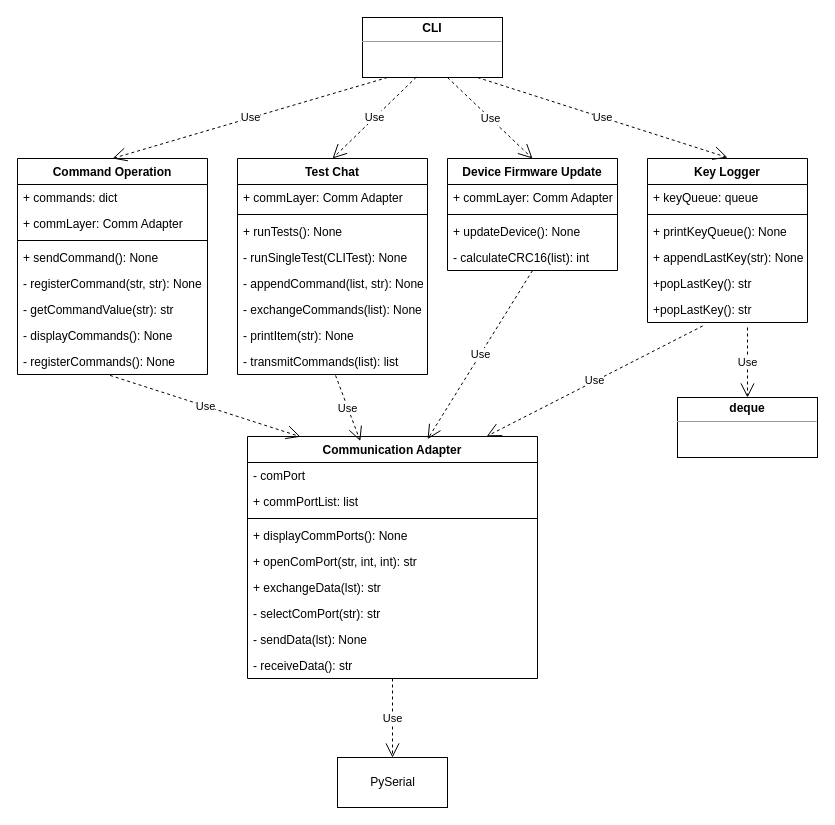
MMMRepos/cli-python keeps this draw.io diagram as images/CLITaskDesign.drawio. Above is the earlier version. Source tidied: cells renumbered, new cells numbered last; positions are measured from the earlier drawing's top-left corner, leaving out a move shared by most shapes. Both pictures are drawn from the tidied source at 100%, with x=0, y=0 at pixel (17, 17).
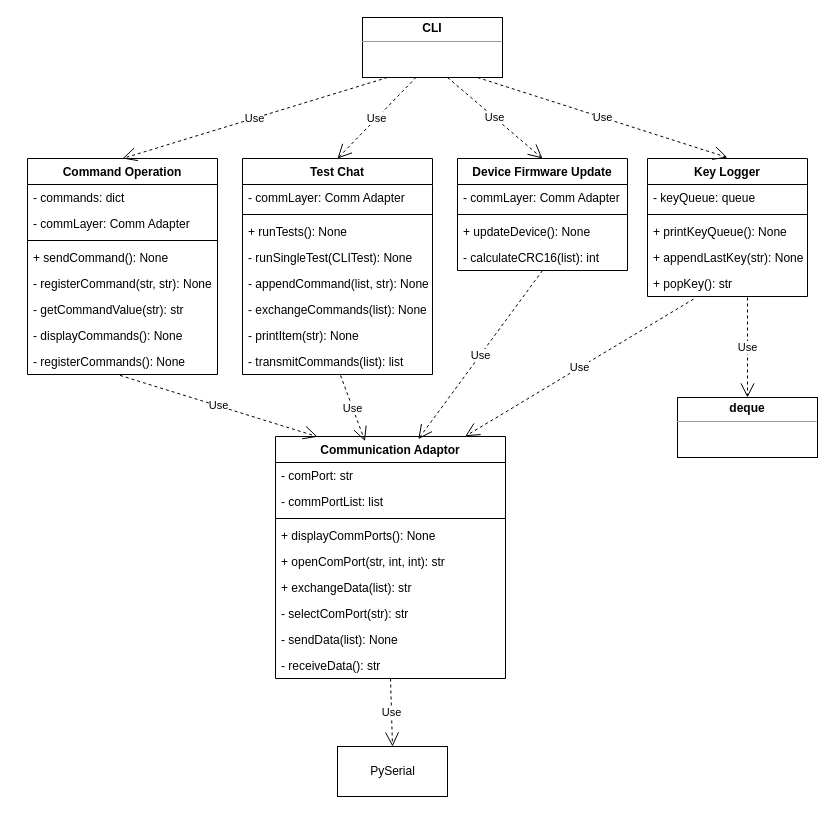
Above is the later version.

Commit message (it also covers changes not shown here):
Updated the CLI application design to define the scope of the class variables. Also removed a duplicate entry in the KeyLogger class.

Unchanged cells that the change refers to:
```xml
<mxCell id="54" value="&lt;p style=&quot;margin:0px;margin-top:4px;text-align:center;&quot;&gt;&lt;b&gt;deque&lt;/b&gt;&lt;/p&gt;&lt;hr size=&quot;1&quot;&gt;&lt;div style=&quot;height:2px;&quot;&gt;&lt;/div&gt;" style="verticalAlign=top;align=left;overflow=fill;fontSize=12;fontFamily=Helvetica;html=1;" parent="1" vertex="1">
  <mxGeometry x="660" y="380" width="140" height="60" as="geometry" />
</mxCell>
```

Change to the diagram source:
```diff
@@
     <mxCell id="2" value="Device Firmware Update" style="swimlane;fontStyle=1;align=center;verticalAlign=top;horizontal=1;startSize=26;" parent="1" vertex="1">
-      <mxGeometry x="430" y="141" width="170" height="112" as="geometry" />
+      <mxGeometry x="440" y="141" width="170" height="112" as="geometry" />
     </mxCell>
-    <mxCell id="3" value="+ commLayer: Comm Adapter" style="text;strokeColor=none;fillColor=none;align=left;verticalAlign=top;spacingLeft=4;spacingRight=4;overflow=hidden;" parent="2" vertex="1">
+    <mxCell id="3" value="- commLayer: Comm Adapter" style="text;strokeColor=none;fillColor=none;align=left;verticalAlign=top;spacingLeft=4;spacingRight=4;overflow=hidden;" parent="2" vertex="1">
       <mxGeometry y="26" width="170" height="26" as="geometry" />
     </mxCell>
@@
     <mxCell id="7" value="Key Logger" style="swimlane;fontStyle=1;align=center;verticalAlign=top;horizontal=1;startSize=26;" parent="1" vertex="1">
-      <mxGeometry x="630" y="141" width="160" height="164" as="geometry" />
+      <mxGeometry x="630" y="141" width="160" height="138" as="geometry" />
     </mxCell>
-    <mxCell id="8" value="+ keyQueue: queue" style="text;strokeColor=none;fillColor=none;align=left;verticalAlign=top;spacingLeft=4;spacingRight=4;overflow=hidden;" parent="7" vertex="1">
+    <mxCell id="8" value="- keyQueue: queue" style="text;strokeColor=none;fillColor=none;align=left;verticalAlign=top;spacingLeft=4;spacingRight=4;overflow=hidden;" parent="7" vertex="1">
       <mxGeometry y="26" width="160" height="26" as="geometry" />
     </mxCell>
@@
-    <mxCell id="12" value="+popLastKey(): str" style="text;strokeColor=none;fillColor=none;align=left;verticalAlign=top;spacingLeft=4;spacingRight=4;overflow=hidden;points=[[0,0.5],[1,0.5]];portConstraint=eastwest;" parent="7" vertex="1">
+    <mxCell id="12" value="+ popKey(): str" style="text;strokeColor=none;fillColor=none;align=left;verticalAlign=top;spacingLeft=4;spacingRight=4;overflow=hidden;points=[[0,0.5],[1,0.5]];portConstraint=eastwest;" parent="7" vertex="1">
       <mxGeometry y="112" width="160" height="26" as="geometry" />
     </mxCell>
-    <mxCell id="13" value="+popLastKey(): str" style="text;strokeColor=none;fillColor=none;align=left;verticalAlign=top;spacingLeft=4;spacingRight=4;overflow=hidden;points=[[0,0.5],[1,0.5]];portConstraint=eastwest;" parent="7" vertex="1">
-      <mxGeometry y="138" width="160" height="26" as="geometry" />
-    </mxCell>
     <mxCell id="14" value="Command Operation" style="swimlane;fontStyle=1;align=center;verticalAlign=top;horizontal=1;startSize=26;" parent="1" vertex="1">
-      <mxGeometry y="141" width="190" height="216" as="geometry" />
+      <mxGeometry x="10" y="141" width="190" height="216" as="geometry" />
     </mxCell>
-    <mxCell id="15" value="+ commands: dict" style="text;strokeColor=none;fillColor=none;align=left;verticalAlign=top;spacingLeft=4;spacingRight=4;overflow=hidden;" parent="14" vertex="1">
+    <mxCell id="15" value="- commands: dict" style="text;strokeColor=none;fillColor=none;align=left;verticalAlign=top;spacingLeft=4;spacingRight=4;overflow=hidden;" parent="14" vertex="1">
       <mxGeometry y="26" width="190" height="26" as="geometry" />
     </mxCell>
-    <mxCell id="16" value="+ commLayer: Comm Adapter" style="text;strokeColor=none;fillColor=none;align=left;verticalAlign=top;spacingLeft=4;spacingRight=4;overflow=hidden;" parent="14" vertex="1">
+    <mxCell id="16" value="- commLayer: Comm Adapter" style="text;strokeColor=none;fillColor=none;align=left;verticalAlign=top;spacingLeft=4;spacingRight=4;overflow=hidden;" parent="14" vertex="1">
       <mxGeometry y="52" width="190" height="26" as="geometry" />
     </mxCell>
@@
     <mxCell id="23" value="Test Chat" style="swimlane;fontStyle=1;align=center;verticalAlign=top;horizontal=1;startSize=26;" parent="1" vertex="1">
-      <mxGeometry x="220" y="141" width="190" height="216" as="geometry" />
+      <mxGeometry x="225" y="141" width="190" height="216" as="geometry" />
     </mxCell>
-    <mxCell id="24" value="+ commLayer: Comm Adapter" style="text;strokeColor=none;fillColor=none;align=left;verticalAlign=top;spacingLeft=4;spacingRight=4;overflow=hidden;" parent="23" vertex="1">
+    <mxCell id="24" value="- commLayer: Comm Adapter" style="text;strokeColor=none;fillColor=none;align=left;verticalAlign=top;spacingLeft=4;spacingRight=4;overflow=hidden;" parent="23" vertex="1">
       <mxGeometry y="26" width="190" height="26" as="geometry" />
     </mxCell>
@@
-    <mxCell id="32" value="Communication Adapter" style="swimlane;fontStyle=1;align=center;verticalAlign=top;horizontal=1;startSize=26;" parent="1" vertex="1">
-      <mxGeometry x="230" y="419" width="290" height="242" as="geometry" />
+    <mxCell id="32" value="Communication Adaptor" style="swimlane;fontStyle=1;align=center;verticalAlign=top;horizontal=1;startSize=26;" parent="1" vertex="1">
+      <mxGeometry x="258" y="419" width="230" height="242" as="geometry" />
     </mxCell>
-    <mxCell id="33" value="- comPort" style="text;strokeColor=none;fillColor=none;align=left;verticalAlign=top;spacingLeft=4;spacingRight=4;overflow=hidden;" parent="32" vertex="1">
-      <mxGeometry y="26" width="290" height="26" as="geometry" />
+    <mxCell id="33" value="- comPort: str" style="text;strokeColor=none;fillColor=none;align=left;verticalAlign=top;spacingLeft=4;spacingRight=4;overflow=hidden;" parent="32" vertex="1">
+      <mxGeometry y="26" width="230" height="26" as="geometry" />
     </mxCell>
-    <mxCell id="34" value="+ commPortList: list" style="text;strokeColor=none;fillColor=none;align=left;verticalAlign=top;spacingLeft=4;spacingRight=4;overflow=hidden;" parent="32" vertex="1">
-      <mxGeometry y="52" width="290" height="26" as="geometry" />
+    <mxCell id="34" value="- commPortList: list" style="text;strokeColor=none;fillColor=none;align=left;verticalAlign=top;spacingLeft=4;spacingRight=4;overflow=hidden;" parent="32" vertex="1">
+      <mxGeometry y="52" width="230" height="26" as="geometry" />
     </mxCell>
     <mxCell id="35" style="line;strokeWidth=1;fillColor=none;align=left;verticalAlign=middle;spacingTop=-1;spacingLeft=3;spacingRight=3;labelPosition=right;" parent="32" vertex="1">
-      <mxGeometry y="78" width="290" height="8" as="geometry" />
+      <mxGeometry y="78" width="230" height="8" as="geometry" />
     </mxCell>
     <mxCell id="36" value="+ displayCommPorts(): None" style="text;strokeColor=none;fillColor=none;align=left;verticalAlign=top;spacingLeft=4;spacingRight=4;overflow=hidden;" parent="32" vertex="1">
-      <mxGeometry y="86" width="290" height="26" as="geometry" />
+      <mxGeometry y="86" width="230" height="26" as="geometry" />
     </mxCell>
     <mxCell id="37" value="+ openComPort(str, int, int): str" style="text;strokeColor=none;fillColor=none;align=left;verticalAlign=top;spacingLeft=4;spacingRight=4;overflow=hidden;" parent="32" vertex="1">
-      <mxGeometry y="112" width="290" height="26" as="geometry" />
+      <mxGeometry y="112" width="230" height="26" as="geometry" />
     </mxCell>
-    <mxCell id="38" value="+ exchangeData(lst): str" style="text;strokeColor=none;fillColor=none;align=left;verticalAlign=top;spacingLeft=4;spacingRight=4;overflow=hidden;" parent="32" vertex="1">
-      <mxGeometry y="138" width="290" height="26" as="geometry" />
+    <mxCell id="38" value="+ exchangeData(list): str" style="text;strokeColor=none;fillColor=none;align=left;verticalAlign=top;spacingLeft=4;spacingRight=4;overflow=hidden;" parent="32" vertex="1">
+      <mxGeometry y="138" width="230" height="26" as="geometry" />
     </mxCell>
     <mxCell id="39" value="- selectComPort(str): str" style="text;strokeColor=none;fillColor=none;align=left;verticalAlign=top;spacingLeft=4;spacingRight=4;overflow=hidden;" parent="32" vertex="1">
-      <mxGeometry y="164" width="290" height="26" as="geometry" />
+      <mxGeometry y="164" width="230" height="26" as="geometry" />
     </mxCell>
-    <mxCell id="40" value="- sendData(lst): None" style="text;strokeColor=none;fillColor=none;align=left;verticalAlign=top;spacingLeft=4;spacingRight=4;overflow=hidden;" parent="32" vertex="1">
-      <mxGeometry y="190" width="290" height="26" as="geometry" />
+    <mxCell id="40" value="- sendData(list): None" style="text;strokeColor=none;fillColor=none;align=left;verticalAlign=top;spacingLeft=4;spacingRight=4;overflow=hidden;" parent="32" vertex="1">
+      <mxGeometry y="190" width="230" height="26" as="geometry" />
     </mxCell>
     <mxCell id="41" value="- receiveData(): str" style="text;strokeColor=none;fillColor=none;align=left;verticalAlign=top;spacingLeft=4;spacingRight=4;overflow=hidden;" parent="32" vertex="1">
-      <mxGeometry y="216" width="290" height="26" as="geometry" />
+      <mxGeometry y="216" width="230" height="26" as="geometry" />
     </mxCell>
@@
-    <mxCell id="50" value="Use" style="endArrow=open;endSize=12;dashed=1;html=1;rounded=0;exitX=0.345;exitY=1.133;exitDx=0;exitDy=0;exitPerimeter=0;entryX=0.825;entryY=-0.001;entryDx=0;entryDy=0;entryPerimeter=0;" parent="1" edge="1" source="13" target="32">
+    <mxCell id="50" value="Use" style="endArrow=open;endSize=12;dashed=1;html=1;rounded=0;entryX=0.825;entryY=-0.001;entryDx=0;entryDy=0;entryPerimeter=0;exitX=0.288;exitY=1.1;exitDx=0;exitDy=0;exitPerimeter=0;" parent="1" edge="1" source="12" target="32">
       <mxGeometry relative="1" as="geometry" />
     </mxCell>
     <mxCell id="51" value="Use" style="endArrow=open;endSize=12;dashed=1;html=1;rounded=0;entryX=0.5;entryY=0;entryDx=0;entryDy=0;" parent="1" edge="1" target="54">
       <mxGeometry relative="1" as="geometry">
-        <mxPoint x="730" y="310" as="sourcePoint" />
+        <mxPoint x="730" y="280" as="sourcePoint" />
       </mxGeometry>
     </mxCell>
@@
     <mxCell id="53" value="PySerial" style="html=1;" parent="1" vertex="1">
-      <mxGeometry x="320" y="740" width="110" height="50" as="geometry" />
+      <mxGeometry x="320" y="729" width="110" height="50" as="geometry" />
     </mxCell>
```
